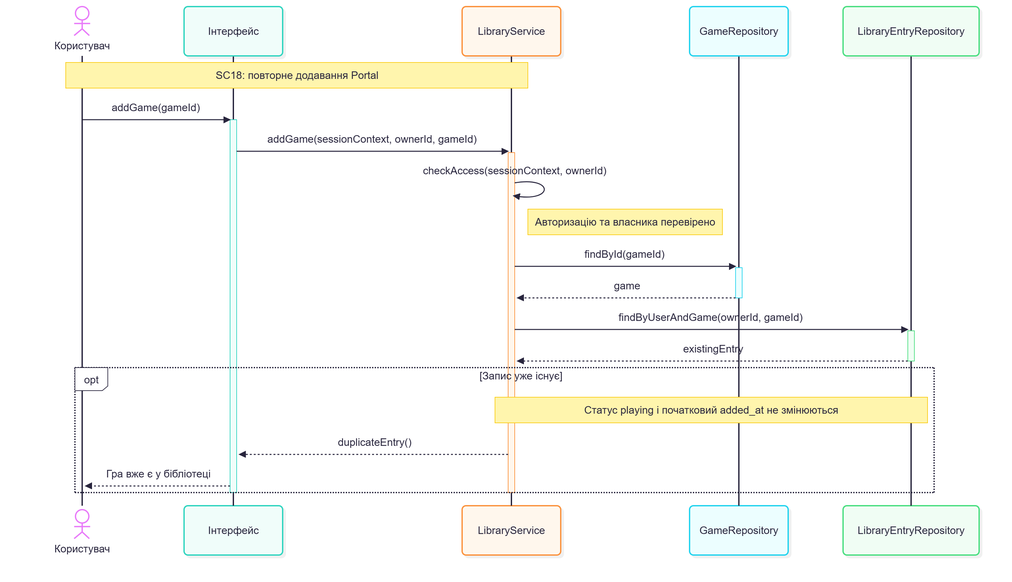
Above: Lab3/sc18-duplicate-game.png in Bbg0kif/KPI (Mermaid), before the change. Its source is kept beside it as Lab3/sc18-duplicate-game.mmd. Its diagram source:
```mermaid
sequenceDiagram
    actor User as Користувач
    participant UI as Інтерфейс
    participant LS as LibraryService
    participant GR as GameRepository
    participant LR as LibraryEntryRepository

    Note over User,LS: SC18: повторне додавання Portal

    User->>UI: addGame(gameId)
    activate UI
    UI->>LS: addGame(sessionContext, ownerId, gameId)
    activate LS

    LS->>LS: checkAccess(sessionContext, ownerId)
    Note right of LS: Авторизацію та власника перевірено

    LS->>GR: findById(gameId)
    activate GR
    GR-->>LS: game
    deactivate GR

    LS->>LR: findByUserAndGame(ownerId, gameId)
    activate LR
    LR-->>LS: existingEntry
    deactivate LR

    opt Запис уже існує
        Note over LS,LR: Статус playing і початковий added_at не змінюються
        LS-->>UI: duplicateEntry()
        UI-->>User: Гра вже є у бібліотеці
    end

    deactivate LS
    deactivate UI
```
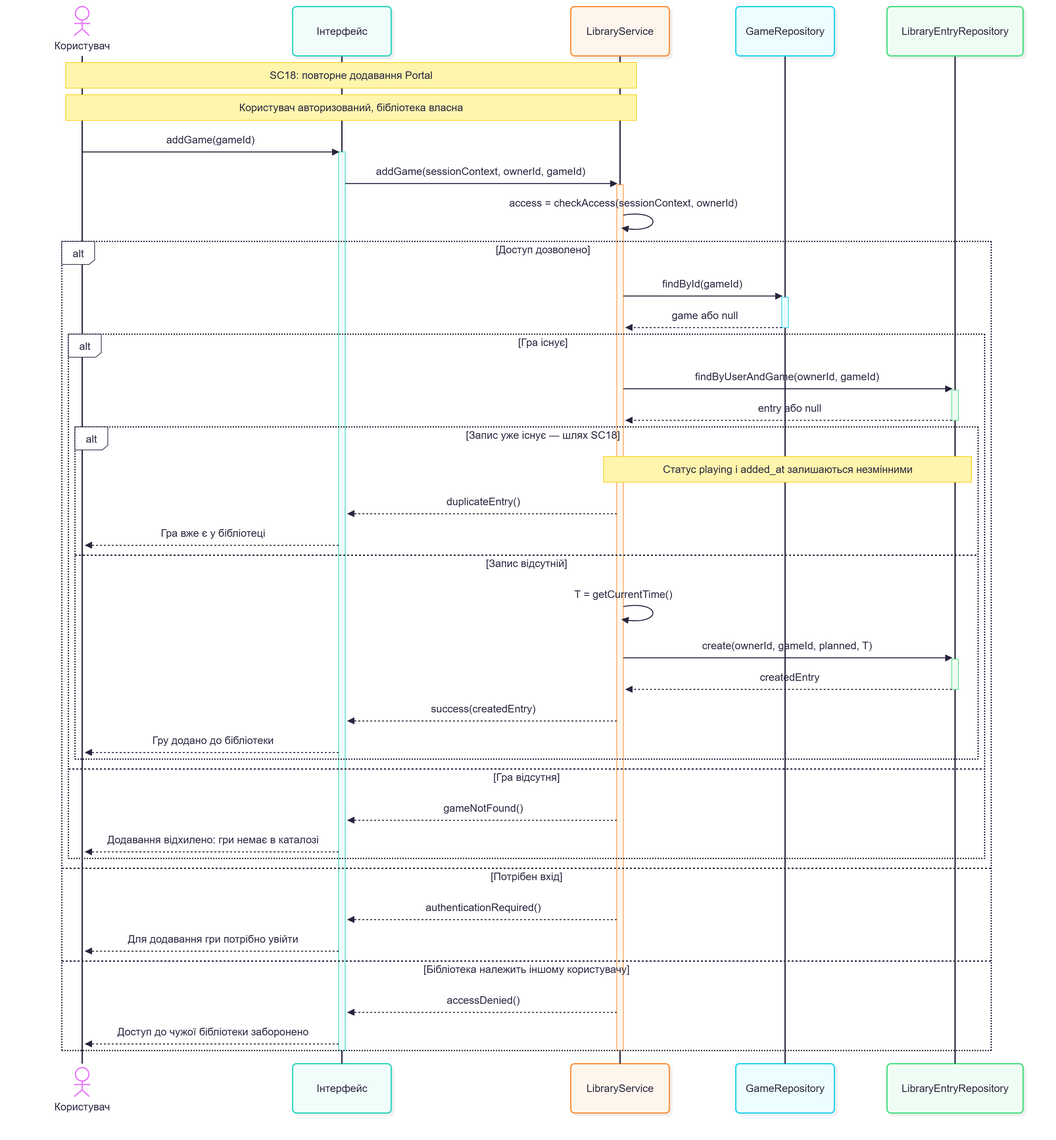
After the change.

Commit message:
replace optional fragment with alternatives in SC18

The edit, as a diff of the source:
```diff
@@ -6,29 +6,54 @@
     participant LR as LibraryEntryRepository
 
     Note over User,LS: SC18: повторне додавання Portal
+    Note over User,LS: Користувач авторизований, бібліотека власна
 
     User->>UI: addGame(gameId)
     activate UI
     UI->>LS: addGame(sessionContext, ownerId, gameId)
     activate LS
 
-    LS->>LS: checkAccess(sessionContext, ownerId)
-    Note right of LS: Авторизацію та власника перевірено
+    LS->>LS: access = checkAccess(sessionContext, ownerId)
 
-    LS->>GR: findById(gameId)
-    activate GR
-    GR-->>LS: game
-    deactivate GR
+    alt Доступ дозволено
+        LS->>GR: findById(gameId)
+        activate GR
+        GR-->>LS: game або null
+        deactivate GR
 
-    LS->>LR: findByUserAndGame(ownerId, gameId)
-    activate LR
-    LR-->>LS: existingEntry
-    deactivate LR
+        alt Гра існує
+            LS->>LR: findByUserAndGame(ownerId, gameId)
+            activate LR
+            LR-->>LS: entry або null
+            deactivate LR
 
-    opt Запис уже існує
-        Note over LS,LR: Статус playing і початковий added_at не змінюються
-        LS-->>UI: duplicateEntry()
-        UI-->>User: Гра вже є у бібліотеці
+            alt Запис уже існує — шлях SC18
+                Note over LS,LR: Статус playing і added_at залишаються незмінними
+                LS-->>UI: duplicateEntry()
+                UI-->>User: Гра вже є у бібліотеці
+
+            else Запис відсутній
+                LS->>LS: T = getCurrentTime()
+                LS->>LR: create(ownerId, gameId, planned, T)
+                activate LR
+                LR-->>LS: createdEntry
+                deactivate LR
+                LS-->>UI: success(createdEntry)
+                UI-->>User: Гру додано до бібліотеки
+            end
+
+        else Гра відсутня
+            LS-->>UI: gameNotFound()
+            UI-->>User: Додавання відхилено: гри немає в каталозі
+        end
+
+    else Потрібен вхід
+        LS-->>UI: authenticationRequired()
+        UI-->>User: Для додавання гри потрібно увійти
+
+    else Бібліотека належить іншому користувачу
+        LS-->>UI: accessDenied()
+        UI-->>User: Доступ до чужої бібліотеки заборонено
     end
 
     deactivate LS
```
